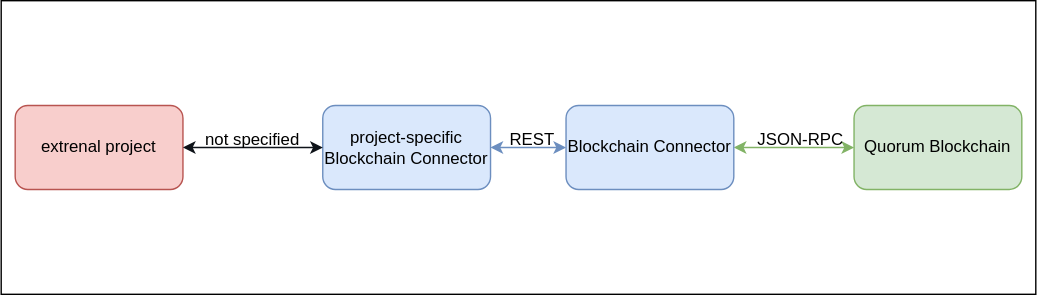
This is drawio/chapter_6/component_communication.svg from fraunhofer-iml/nft-folder-documentation, a draw.io export, as it was before one commit. Source tidied: cells renumbered, new cells last; positions are measured from the earlier drawing's top-left corner, leaving out a move shared by most shapes. The source it was exported from:
```xml
<mxGraphModel>
  <root>
    <mxCell id="0" />
    <mxCell id="1" parent="0" />
    <mxCell id="2" style="rounded=0;whiteSpace=wrap;html=1;" parent="1" vertex="1">
      <mxGeometry width="740" height="210" as="geometry" />
    </mxCell>
    <mxCell id="3" style="edgeStyle=orthogonalEdgeStyle;rounded=0;jettySize=auto;html=1;entryX=0;entryY=0.5;entryDx=0;entryDy=0;startArrow=classic;startFill=1;fillColor=#dae8fc;strokeColor=#6c8ebf;" parent="1" edge="1" source="4" target="6">
      <mxGeometry relative="1" as="geometry" />
    </mxCell>
    <mxCell id="4" value="project-specific Blockchain Connector" style="rounded=1;whiteSpace=wrap;html=1;fillColor=#dae8fc;strokeColor=#6c8ebf;" parent="1" vertex="1">
      <mxGeometry x="230" y="75" width="120" height="60" as="geometry" />
    </mxCell>
    <mxCell id="5" style="edgeStyle=orthogonalEdgeStyle;rounded=0;jettySize=auto;html=1;startArrow=classic;startFill=1;fillColor=#d5e8d4;strokeColor=#82b366;" parent="1" edge="1" source="6" target="10">
      <mxGeometry relative="1" as="geometry" />
    </mxCell>
    <mxCell id="6" value="Blockchain Connector" style="rounded=1;whiteSpace=wrap;html=1;fillColor=#dae8fc;strokeColor=#6c8ebf;" parent="1" vertex="1">
      <mxGeometry x="404" y="75" width="120" height="60" as="geometry" />
    </mxCell>
    <mxCell id="7" value="REST" style="text;html=1;strokeColor=none;fillColor=none;align=center;verticalAlign=middle;whiteSpace=wrap;rounded=0;" parent="1" vertex="1">
      <mxGeometry x="350" y="95" width="60" height="10" as="geometry" />
    </mxCell>
    <mxCell id="8" value="extrenal project" style="rounded=1;whiteSpace=wrap;html=1;fillColor=#f8cecc;strokeColor=#b85450;" parent="1" vertex="1">
      <mxGeometry x="10" y="75" width="120" height="60" as="geometry" />
    </mxCell>
    <mxCell id="9" style="edgeStyle=orthogonalEdgeStyle;rounded=0;jettySize=auto;html=1;startArrow=classic;startFill=1;fillColor=#dae8fc;strokeColor=#0E1319;exitX=1;exitY=0.5;exitDx=0;exitDy=0;entryX=0;entryY=0.5;entryDx=0;entryDy=0;" parent="1" edge="1" source="8" target="4">
      <mxGeometry relative="1" as="geometry" />
    </mxCell>
    <mxCell id="10" value="Quorum Blockchain" style="rounded=1;whiteSpace=wrap;html=1;fillColor=#d5e8d4;strokeColor=#82b366;" parent="1" vertex="1">
      <mxGeometry x="610" y="75" width="120" height="60" as="geometry" />
    </mxCell>
    <mxCell id="11" value="JSON-RPC" style="text;html=1;strokeColor=none;fillColor=none;align=center;verticalAlign=middle;whiteSpace=wrap;rounded=0;" parent="1" vertex="1">
      <mxGeometry x="534" y="95" width="76" height="10" as="geometry" />
    </mxCell>
    <mxCell id="12" value="not specified" style="text;html=1;align=center;verticalAlign=middle;whiteSpace=wrap;rounded=0;" parent="1" vertex="1">
      <mxGeometry x="140" y="90" width="80" height="20" as="geometry" />
    </mxCell>
  </root>
</mxGraphModel>
```
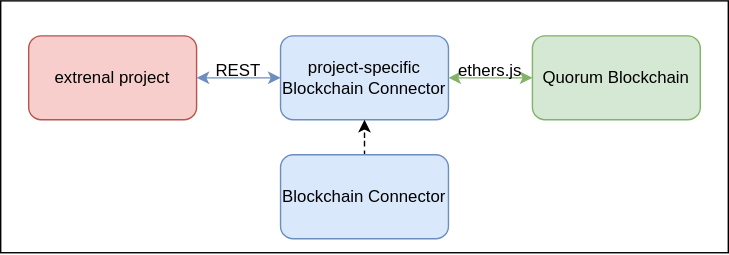
After the commit.

The edit, as a diff of the source:
```diff
@@ -2,38 +2,35 @@
   <root>
     <mxCell id="0" />
     <mxCell id="1" parent="0" />
-    <mxCell id="2" style="rounded=0;whiteSpace=wrap;html=1;" parent="1" vertex="1">
-      <mxGeometry width="740" height="210" as="geometry" />
-    </mxCell>
-    <mxCell id="3" style="edgeStyle=orthogonalEdgeStyle;rounded=0;jettySize=auto;html=1;entryX=0;entryY=0.5;entryDx=0;entryDy=0;startArrow=classic;startFill=1;fillColor=#dae8fc;strokeColor=#6c8ebf;" parent="1" edge="1" source="4" target="6">
-      <mxGeometry relative="1" as="geometry" />
-    </mxCell>
+    <mxCell id="13" style="rounded=0;whiteSpace=wrap;html=1;" parent="1" vertex="1">
+      <mxGeometry x="30" y="50" width="520" height="180" as="geometry" />
+    </mxCell>
     <mxCell id="4" value="project-specific Blockchain Connector" style="rounded=1;whiteSpace=wrap;html=1;fillColor=#dae8fc;strokeColor=#6c8ebf;" parent="1" vertex="1">
       <mxGeometry x="230" y="75" width="120" height="60" as="geometry" />
     </mxCell>
-    <mxCell id="5" style="edgeStyle=orthogonalEdgeStyle;rounded=0;jettySize=auto;html=1;startArrow=classic;startFill=1;fillColor=#d5e8d4;strokeColor=#82b366;" parent="1" edge="1" source="6" target="10">
-      <mxGeometry relative="1" as="geometry" />
-    </mxCell>
+    <mxCell id="14" style="edgeStyle=orthogonalEdgeStyle;rounded=0;jettySize=auto;html=1;startArrow=classic;startFill=1;fillColor=#d5e8d4;strokeColor=#82b366;exitX=1;exitY=0.5;exitDx=0;exitDy=0;" parent="1" edge="1" source="4" target="10">
+      <mxGeometry relative="1" as="geometry" />
+    </mxCell>
+    <mxCell id="15" style="edgeStyle=orthogonalEdgeStyle;rounded=0;jettySize=auto;html=1;entryX=0.5;entryY=1;entryDx=0;entryDy=0;dashed=1;" parent="1" edge="1" source="6" target="4">
+      <mxGeometry relative="1" as="geometry" />
+    </mxCell>
     <mxCell id="6" value="Blockchain Connector" style="rounded=1;whiteSpace=wrap;html=1;fillColor=#dae8fc;strokeColor=#6c8ebf;" parent="1" vertex="1">
-      <mxGeometry x="404" y="75" width="120" height="60" as="geometry" />
+      <mxGeometry x="230" y="160" width="120" height="60" as="geometry" />
     </mxCell>
+    <mxCell id="8" value="extrenal project" style="rounded=1;whiteSpace=wrap;html=1;fillColor=#f8cecc;strokeColor=#b85450;" parent="1" vertex="1">
+      <mxGeometry x="50" y="75" width="120" height="60" as="geometry" />
+    </mxCell>
     <mxCell id="7" value="REST" style="text;html=1;strokeColor=none;fillColor=none;align=center;verticalAlign=middle;whiteSpace=wrap;rounded=0;" parent="1" vertex="1">
-      <mxGeometry x="350" y="95" width="60" height="10" as="geometry" />
+      <mxGeometry x="170" y="95" width="60" height="10" as="geometry" />
     </mxCell>
-    <mxCell id="8" value="extrenal project" style="rounded=1;whiteSpace=wrap;html=1;fillColor=#f8cecc;strokeColor=#b85450;" parent="1" vertex="1">
-      <mxGeometry x="10" y="75" width="120" height="60" as="geometry" />
-    </mxCell>
-    <mxCell id="9" style="edgeStyle=orthogonalEdgeStyle;rounded=0;jettySize=auto;html=1;startArrow=classic;startFill=1;fillColor=#dae8fc;strokeColor=#0E1319;exitX=1;exitY=0.5;exitDx=0;exitDy=0;entryX=0;entryY=0.5;entryDx=0;entryDy=0;" parent="1" edge="1" source="8" target="4">
+    <mxCell id="9" style="edgeStyle=orthogonalEdgeStyle;rounded=0;jettySize=auto;html=1;startArrow=classic;startFill=1;fillColor=#dae8fc;strokeColor=#6c8ebf;exitX=1;exitY=0.5;exitDx=0;exitDy=0;entryX=0;entryY=0.5;entryDx=0;entryDy=0;" parent="1" edge="1" source="8" target="4">
       <mxGeometry relative="1" as="geometry" />
     </mxCell>
     <mxCell id="10" value="Quorum Blockchain" style="rounded=1;whiteSpace=wrap;html=1;fillColor=#d5e8d4;strokeColor=#82b366;" parent="1" vertex="1">
-      <mxGeometry x="610" y="75" width="120" height="60" as="geometry" />
+      <mxGeometry x="410" y="75" width="120" height="60" as="geometry" />
     </mxCell>
-    <mxCell id="11" value="JSON-RPC" style="text;html=1;strokeColor=none;fillColor=none;align=center;verticalAlign=middle;whiteSpace=wrap;rounded=0;" parent="1" vertex="1">
-      <mxGeometry x="534" y="95" width="76" height="10" as="geometry" />
-    </mxCell>
-    <mxCell id="12" value="not specified" style="text;html=1;align=center;verticalAlign=middle;whiteSpace=wrap;rounded=0;" parent="1" vertex="1">
-      <mxGeometry x="140" y="90" width="80" height="20" as="geometry" />
-    </mxCell>
+    <mxCell id="16" value="ethers.js" style="text;html=1;strokeColor=none;fillColor=none;align=center;verticalAlign=middle;whiteSpace=wrap;rounded=0;" parent="1" vertex="1">
+      <mxGeometry x="350" y="95" width="60" height="10" as="geometry" />
+    </mxCell>
   </root>
 </mxGraphModel>
```
